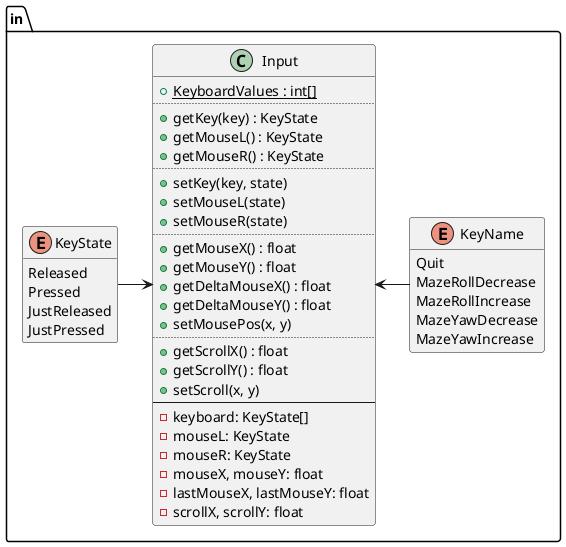
Above: design/in.png in ba6er/marblemaze (PlantUML), before the change. Its diagram source:
```plantuml
@startuml
set separator ::

enum in::KeyState {
	Released
	Pressed
	JustReleased
	JustPressed
}
hide KeyState methods

enum in::KeyName {
	Quit
	MazeRollDecrease
	MazeRollIncrease
	MazeYawDecrease
	MazeYawIncrease
}
hide KeyName methods

class in::Input {
	{static} +KeyboardValues : int[]
	..
	+getKey(key) : KeyState
	+getMouseL() : KeyState
	+getMouseR() : KeyState
	..
	+setKey(key, state)
	+setMouseL(state)
	+setMouseR(state)
	..
	+getMouseX() : float
	+getMouseY() : float
	+getDeltaMouseX() : float
	+getDeltaMouseY() : float
	+setMousePos(x, y)
	..
	+getScrollX() : float
	+getScrollY() : float
	+setScroll(x, y)
	--
	-keyboard: KeyState[]
	-mouseL: KeyState
	-mouseR: KeyState
	-mouseX, mouseY: float
	-lastMouseX, lastMouseY: float
	-scrollX, scrollY: float
}

Input <-left- KeyState
Input <-right- KeyName

@enduml
```
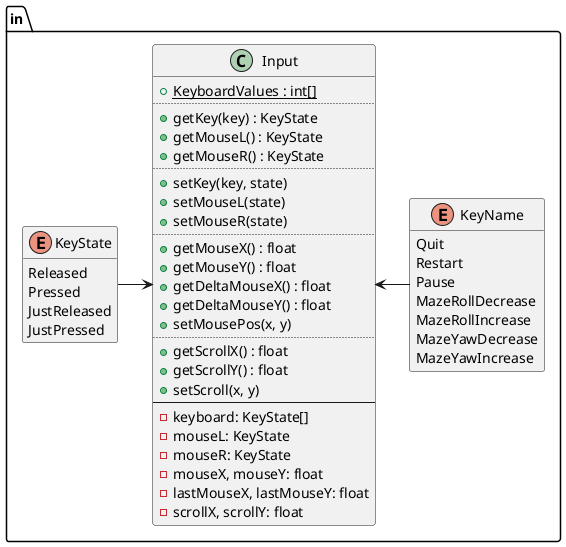
Later version of the same file.

Commit message:
Added ability to pause the game

Diff of the diagram source:
```diff
@@ -11,6 +11,8 @@
 
 enum in::KeyName {
 	Quit
+	Restart
+	Pause
 	MazeRollDecrease
 	MazeRollIncrease
 	MazeYawDecrease
```
